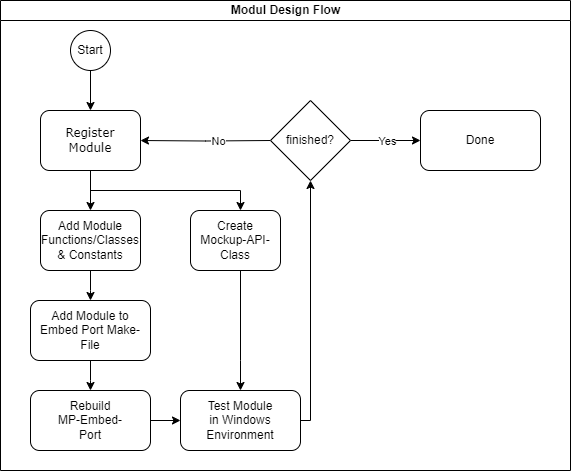
Before: Dokumentation/Bilder/modul_design_flow.png, a diagram exported from draw.io (NiHoffmann/ORB). Source tidied: cells renumbered, new cells last; positions are measured from the earlier drawing's top-left corner, leaving out a move shared by most shapes.
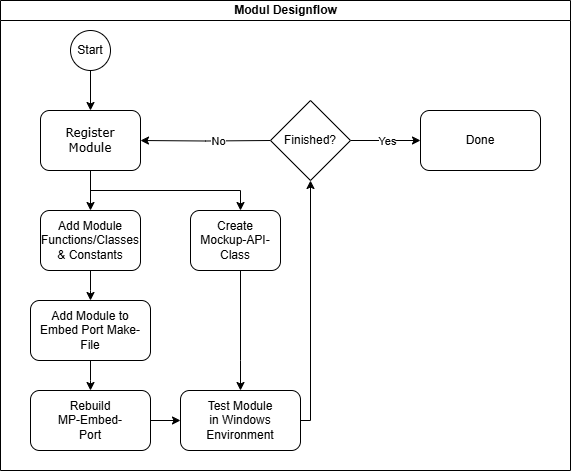
Later version of the same file.

Diff of the diagram source:
```diff
@@ -2,7 +2,7 @@
   <root>
     <mxCell id="0" />
     <mxCell id="1" parent="0" />
-    <mxCell id="2" value="Modul Design Flow" style="swimlane;html=1;startSize=20;" parent="1" vertex="1">
+    <mxCell id="2" value="Modul Designf&lt;span style=&quot;background-color: initial;&quot;&gt;low&lt;/span&gt;" style="swimlane;html=1;startSize=20;" parent="1" vertex="1">
       <mxGeometry width="570" height="470" as="geometry" />
     </mxCell>
     <mxCell id="3" style="edgeStyle=orthogonalEdgeStyle;rounded=0;jettySize=auto;html=1;" parent="2" edge="1" source="5" target="9">
@@ -83,7 +83,7 @@
         <mxPoint x="25" y="-1" as="offset" />
       </mxGeometry>
     </mxCell>
-    <mxCell id="19" value="finished?" style="rhombus;whiteSpace=wrap;html=1;" parent="2" vertex="1">
+    <mxCell id="19" value="F&lt;span style=&quot;background-color: initial;&quot;&gt;inished?&lt;/span&gt;" style="rhombus;whiteSpace=wrap;html=1;" parent="2" vertex="1">
       <mxGeometry x="270" y="100" width="80" height="80" as="geometry" />
     </mxCell>
     <mxCell id="20" value="Rebuild&lt;br&gt;MP-Embed-&lt;br&gt;Port" style="rounded=1;whiteSpace=wrap;html=1;" parent="2" vertex="1">
```
